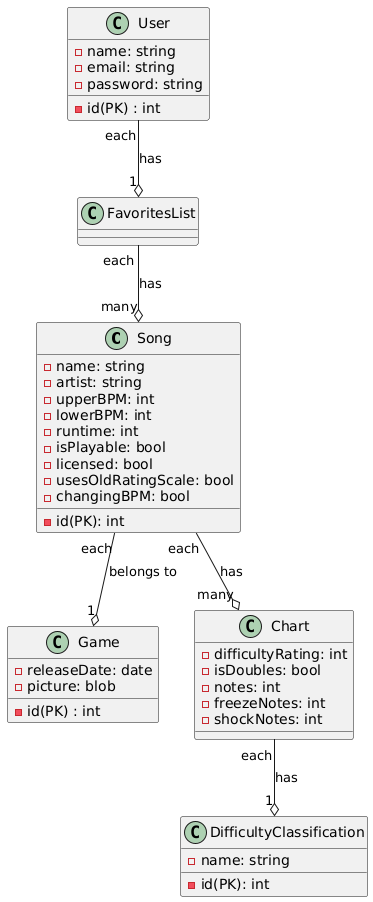
Above: pictures/umlchart.png in Patresia-A/final-project-plankton-paranoia (PlantUML), before the change.
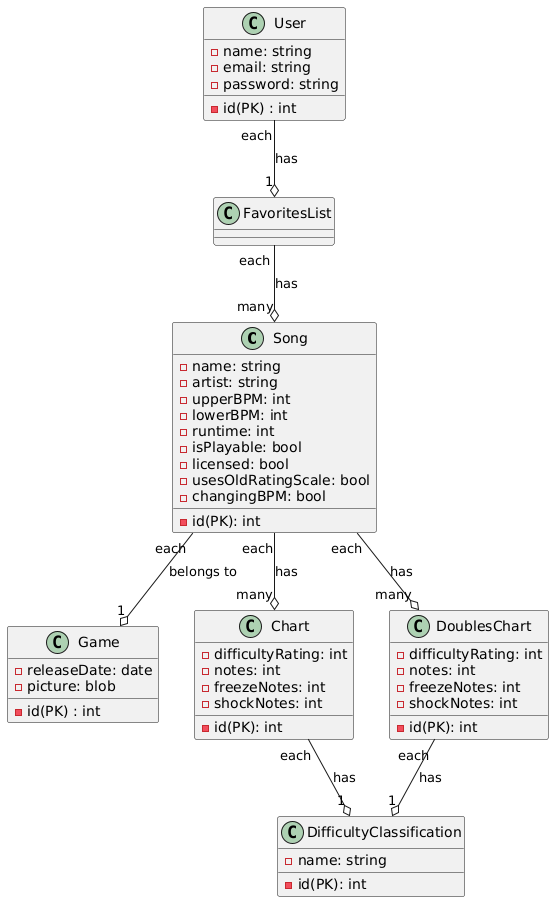
After the change.

Commit message:
new uml just dropped

Change to the diagram source:
```diff
@@ -17,8 +17,15 @@
     - picture: blob
 }
 class Chart{
+    - id(PK): int
     - difficultyRating: int
-    - isDoubles: bool
+    - notes: int
+    - freezeNotes: int
+    - shockNotes: int
+}
+class DoublesChart{
+    - id(PK): int
+    - difficultyRating: int
     - notes: int
     - freezeNotes: int
     - shockNotes: int
@@ -39,6 +46,8 @@
 User "each" --o "1" FavoritesList : has
 FavoritesList "each" --o "many" Song: has
 Chart "each" --o  "1" DifficultyClassification : has
+DoublesChart "each" --o  "1" DifficultyClassification : has
 Song "each" --o  "many" Chart : has
+Song "each" --o  "many" DoublesChart : has
 Song "each" --o  "1" Game : belongs to
 @enduml
```
